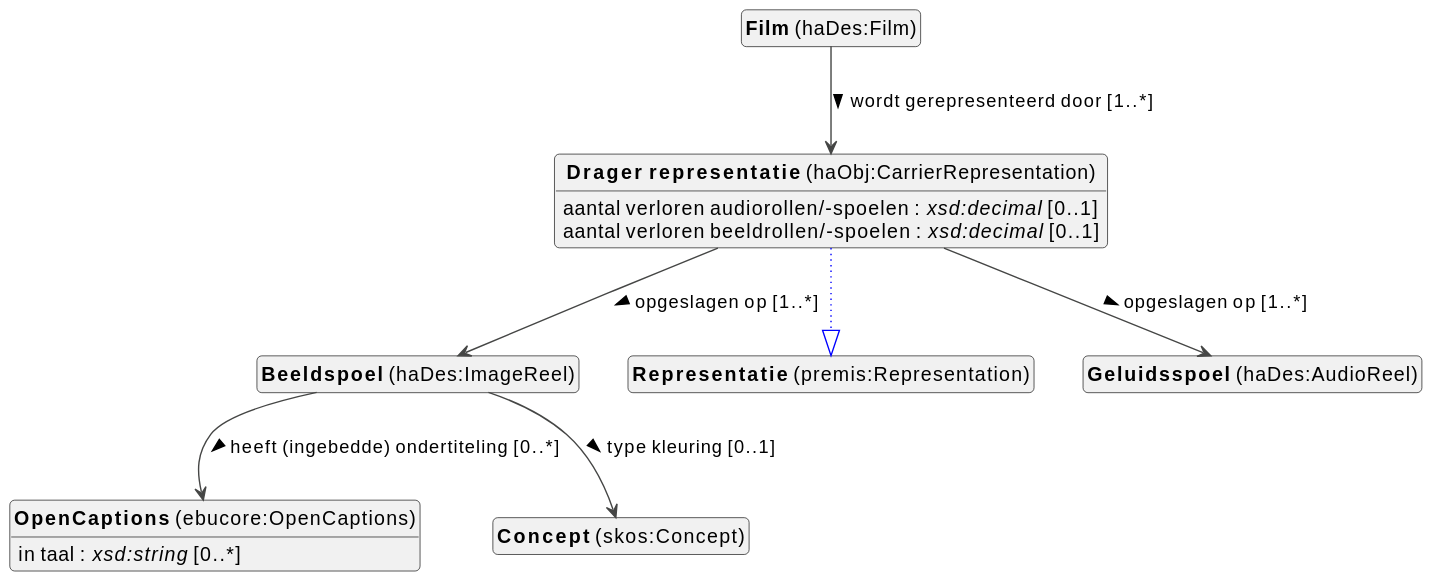
This is docs/metadata/knowledge-graph/0.0.1/film/nl/film-diagram.svg from viaacode/documentation-jekyll, a PlantUML export, as it was before one commit.
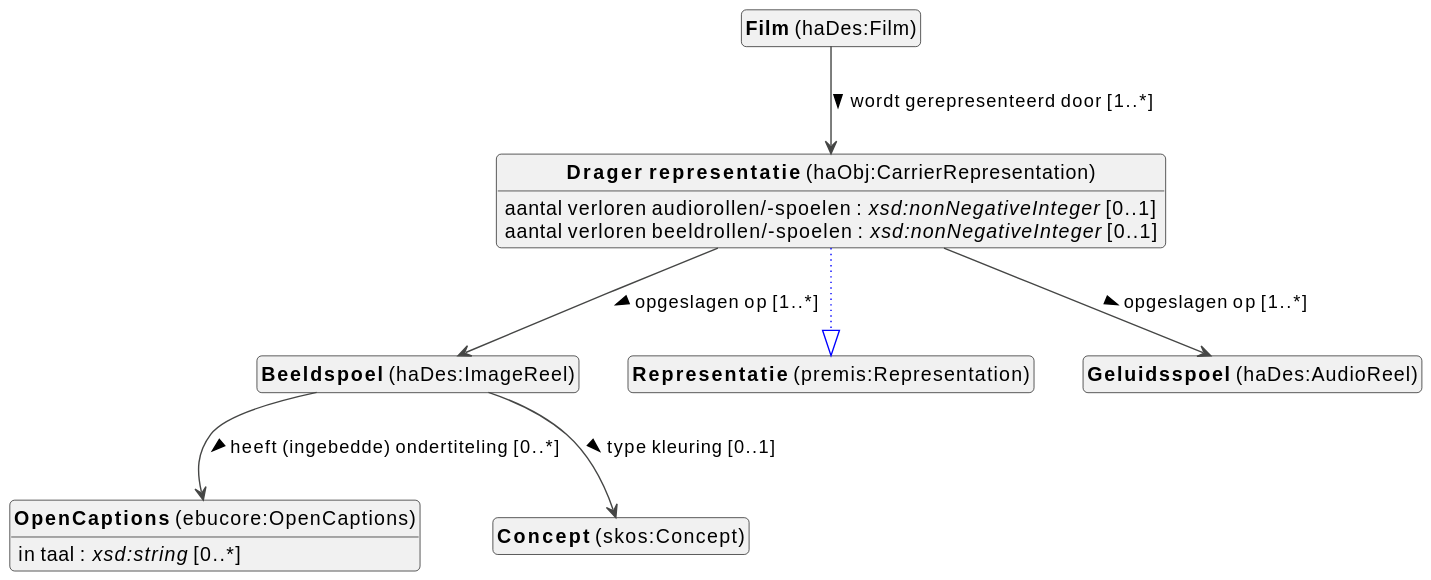
The same diagram one commit later.

Change to the diagram source:
```diff
@@ -30,9 +30,9 @@
 
 haObj_CarrierRepresentation --|> premis_Representation #blue;line.dotted;text:blue
 
-haObj_CarrierRepresentation : aantal (film)rollen/-spoelen : <i>xsd:decimal</i> [0..1]
-haObj_CarrierRepresentation : aantal verloren audiorollen/-spoelen : <i>xsd:decimal</i> [0..1]
-haObj_CarrierRepresentation : aantal verloren beeldrollen/-spoelen : <i>xsd:decimal</i> [0..1]
+haObj_CarrierRepresentation : aantal (film)rollen/-spoelen : <i>xsd:nonNegativeInteger</i> [0..1]
+haObj_CarrierRepresentation : aantal verloren audiorollen/-spoelen : <i>xsd:nonNegativeInteger</i> [0..1]
+haObj_CarrierRepresentation : aantal verloren beeldrollen/-spoelen : <i>xsd:nonNegativeInteger</i> [0..1]
 haObj_CarrierRepresentation --> haDes_AudioReel :opgeslagen op [1..*]  >
 haObj_CarrierRepresentation --> haDes_ImageReel :opgeslagen op [1..*]  >
 
```
